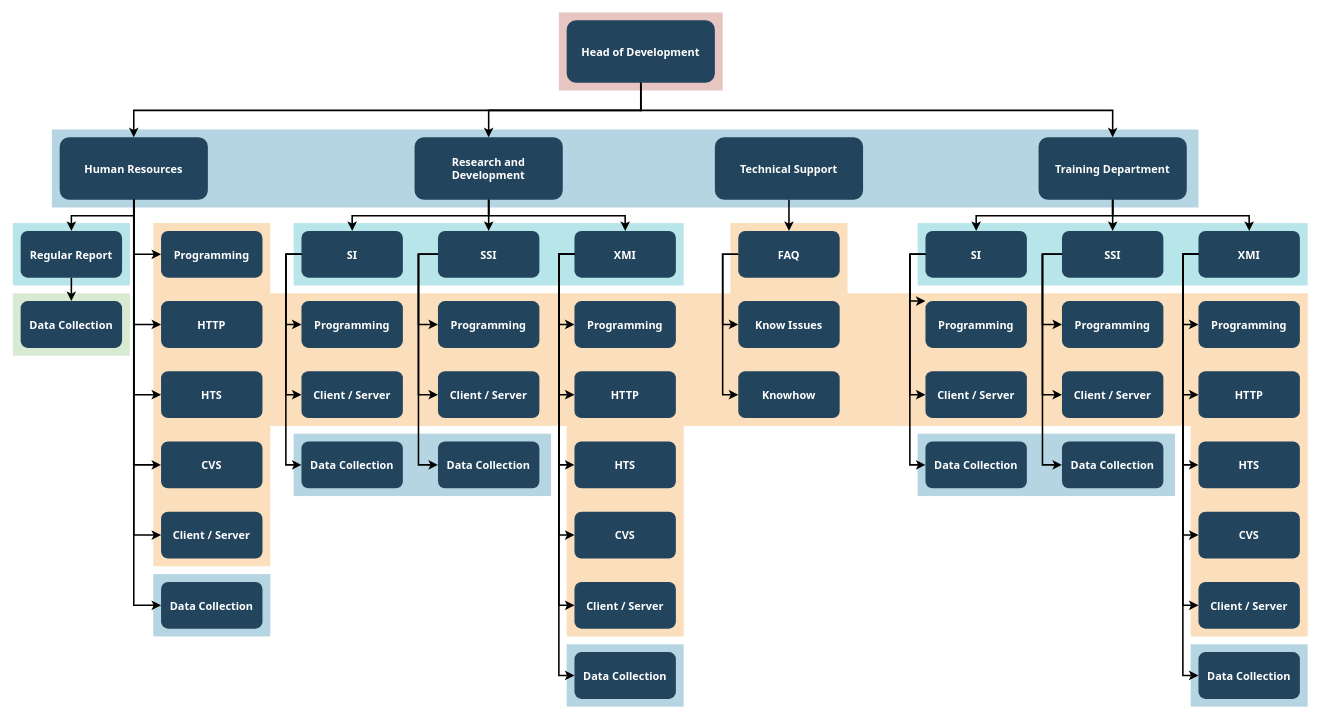
Diame58/AWS-Class keeps this draw.io diagram as 제목 없는 다이어그램.drawio. Above is the earlier version. Source tidied: cells renumbered, new cells numbered last; positions are measured from the earlier drawing's top-left corner, leaving out a move shared by most shapes. Both pictures are drawn from the tidied source at 78%, with x=0, y=0 at pixel (12, 12).
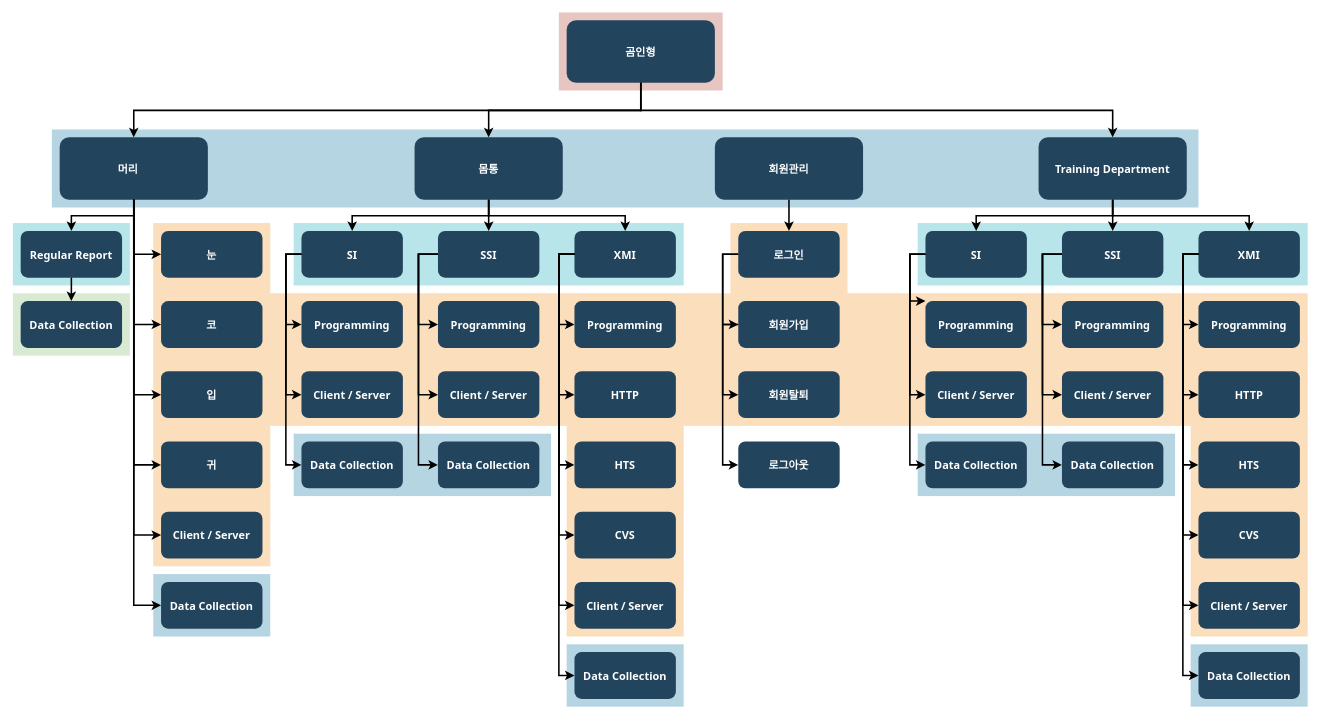
After the change.

Commit message:
곰인형 사이트

The edit, as a diff of the source:
```diff
@@
-    <mxCell id="18" value="Head of Development" style="rounded=1;fillColor=#23445D;gradientColor=none;strokeColor=none;fontColor=#FFFFFF;fontStyle=1;fontFamily=Tahoma;fontSize=14;" parent="1" vertex="1">
+    <mxCell id="18" value="곰인형" style="rounded=1;fillColor=#23445D;gradientColor=none;strokeColor=none;fontColor=#FFFFFF;fontStyle=1;fontFamily=Tahoma;fontSize=14;" parent="1" vertex="1">
       <mxGeometry x="710" y="9.5" width="190" height="80" as="geometry" />
     </mxCell>
@@
-    <mxCell id="21" value="Technical Support" style="rounded=1;fillColor=#23445D;gradientColor=none;strokeColor=none;fontColor=#FFFFFF;fontStyle=1;fontFamily=Tahoma;fontSize=14;" parent="1" vertex="1">
+    <mxCell id="21" value="회원관리" style="rounded=1;fillColor=#23445D;gradientColor=none;strokeColor=none;fontColor=#FFFFFF;fontStyle=1;fontFamily=Tahoma;fontSize=14;" parent="1" vertex="1">
       <mxGeometry x="900" y="159.5" width="190" height="80" as="geometry" />
     </mxCell>
-    <mxCell id="22" value="Research and &#10;Development" style="rounded=1;fillColor=#23445D;gradientColor=none;strokeColor=none;fontColor=#FFFFFF;fontStyle=1;fontFamily=Tahoma;fontSize=14;" parent="1" vertex="1">
+    <mxCell id="22" value="몸통" style="rounded=1;fillColor=#23445D;gradientColor=none;strokeColor=none;fontColor=#FFFFFF;fontStyle=1;fontFamily=Tahoma;fontSize=14;" parent="1" vertex="1">
       <mxGeometry x="515" y="159.5" width="190" height="80" as="geometry" />
     </mxCell>
-    <mxCell id="23" value="Human Resources" style="rounded=1;fillColor=#23445D;gradientColor=none;strokeColor=none;fontColor=#FFFFFF;fontStyle=1;fontFamily=Tahoma;fontSize=14;" parent="1" vertex="1">
+    <mxCell id="23" value="머리    " style="rounded=1;fillColor=#23445D;gradientColor=none;strokeColor=none;fontColor=#FFFFFF;fontStyle=1;fontFamily=Tahoma;fontSize=14;" parent="1" vertex="1">
       <mxGeometry x="60" y="159.5" width="190" height="80" as="geometry" />
     </mxCell>
@@
-    <mxCell id="26" value="Programming" style="rounded=1;fillColor=#23445D;gradientColor=none;strokeColor=none;fontColor=#FFFFFF;fontStyle=1;fontFamily=Tahoma;fontSize=14;" parent="1" vertex="1">
+    <mxCell id="26" value="눈" style="rounded=1;fillColor=#23445D;gradientColor=none;strokeColor=none;fontColor=#FFFFFF;fontStyle=1;fontFamily=Tahoma;fontSize=14;" parent="1" vertex="1">
       <mxGeometry x="190" y="279.5" width="130" height="60" as="geometry" />
     </mxCell>
-    <mxCell id="27" value="HTTP" style="rounded=1;fillColor=#23445D;gradientColor=none;strokeColor=none;fontColor=#FFFFFF;fontStyle=1;fontFamily=Tahoma;fontSize=14;" parent="1" vertex="1">
+    <mxCell id="27" value="코" style="rounded=1;fillColor=#23445D;gradientColor=none;strokeColor=none;fontColor=#FFFFFF;fontStyle=1;fontFamily=Tahoma;fontSize=14;" parent="1" vertex="1">
       <mxGeometry x="190" y="369.5" width="130" height="60" as="geometry" />
     </mxCell>
-    <mxCell id="28" value="HTS" style="rounded=1;fillColor=#23445D;gradientColor=none;strokeColor=none;fontColor=#FFFFFF;fontStyle=1;fontFamily=Tahoma;fontSize=14;" parent="1" vertex="1">
+    <mxCell id="28" value="입" style="rounded=1;fillColor=#23445D;gradientColor=none;strokeColor=none;fontColor=#FFFFFF;fontStyle=1;fontFamily=Tahoma;fontSize=14;" parent="1" vertex="1">
       <mxGeometry x="190" y="459.5" width="130" height="60" as="geometry" />
     </mxCell>
-    <mxCell id="29" value="CVS" style="rounded=1;fillColor=#23445D;gradientColor=none;strokeColor=none;fontColor=#FFFFFF;fontStyle=1;fontFamily=Tahoma;fontSize=14;" parent="1" vertex="1">
+    <mxCell id="29" value="귀" style="rounded=1;fillColor=#23445D;gradientColor=none;strokeColor=none;fontColor=#FFFFFF;fontStyle=1;fontFamily=Tahoma;fontSize=14;" parent="1" vertex="1">
       <mxGeometry x="190" y="549.5" width="130" height="60" as="geometry" />
     </mxCell>
@@
-    <mxCell id="47" value="FAQ" style="rounded=1;fillColor=#23445D;gradientColor=none;strokeColor=none;fontColor=#FFFFFF;fontStyle=1;fontFamily=Tahoma;fontSize=14;" parent="1" vertex="1">
+    <mxCell id="47" value="로그인" style="rounded=1;fillColor=#23445D;gradientColor=none;strokeColor=none;fontColor=#FFFFFF;fontStyle=1;fontFamily=Tahoma;fontSize=14;" parent="1" vertex="1">
       <mxGeometry x="930" y="279.5" width="130" height="60" as="geometry" />
     </mxCell>
-    <mxCell id="48" value="Know Issues" style="rounded=1;fillColor=#23445D;gradientColor=none;strokeColor=none;fontColor=#FFFFFF;fontStyle=1;fontFamily=Tahoma;fontSize=14;" parent="1" vertex="1">
+    <mxCell id="48" value="회원가입" style="rounded=1;fillColor=#23445D;gradientColor=none;strokeColor=none;fontColor=#FFFFFF;fontStyle=1;fontFamily=Tahoma;fontSize=14;" parent="1" vertex="1">
       <mxGeometry x="930" y="369.5" width="130" height="60" as="geometry" />
     </mxCell>
-    <mxCell id="49" value="Knowhow" style="rounded=1;fillColor=#23445D;gradientColor=none;strokeColor=none;fontColor=#FFFFFF;fontStyle=1;fontFamily=Tahoma;fontSize=14;" parent="1" vertex="1">
+    <mxCell id="49" value="회원탈퇴" style="rounded=1;fillColor=#23445D;gradientColor=none;strokeColor=none;fontColor=#FFFFFF;fontStyle=1;fontFamily=Tahoma;fontSize=14;" parent="1" vertex="1">
       <mxGeometry x="930" y="459.5" width="130" height="60" as="geometry" />
     </mxCell>
@@
+    <mxCell id="108" value="로그아웃" style="rounded=1;fillColor=#23445D;gradientColor=none;strokeColor=none;fontColor=#FFFFFF;fontStyle=1;fontFamily=Tahoma;fontSize=14;" parent="1" vertex="1">
+      <mxGeometry x="930" y="549.5" width="130" height="60" as="geometry" />
+    </mxCell>
+    <mxCell id="109" style="edgeStyle=elbowEdgeStyle;elbow=horizontal;strokeWidth=2;rounded=0;" parent="1" edge="1">
+      <mxGeometry x="-23" y="135.5" as="geometry">
+        <mxPoint x="930" y="399.5" as="sourcePoint" />
+        <mxPoint x="930" y="579.5" as="targetPoint" />
+        <Array as="points">
+          <mxPoint x="910" y="499" />
+        </Array>
+      </mxGeometry>
+    </mxCell>
```
